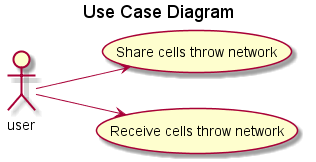
The PlantUML diagram src/csheets/ext/share/doc-files/use_case_diagram.png in askpt/LAPR4, before a commit.
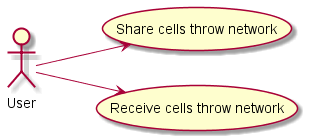
Above is the later version.

Change to the diagram source:
```diff
@@ -1,11 +1,9 @@
 @startuml doc-files/use_case_diagram.png
-
-title Use Case Diagram
 
 left to right direction
 
-Actor user
+Actor User
 
-user --> (Share cells throw network)
-user --> (Receive cells throw network)
+User --> (Share cells throw network)
+User --> (Receive cells throw network)
 @enduml
```
